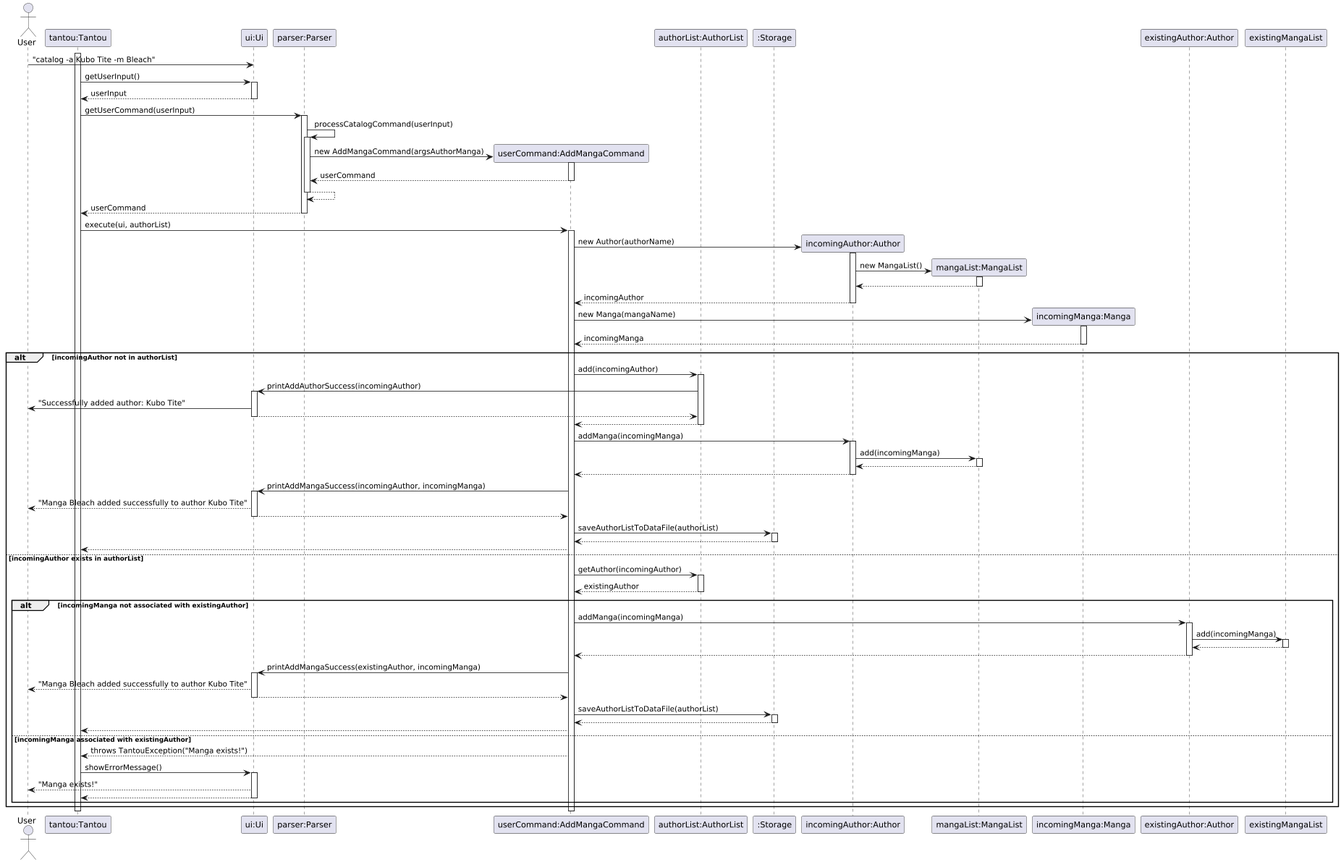
Earlier version of the PlantUML export docs/uml/images/AddMangaSequence.png (xenthm/tp). Source of this version:
```plantuml
@startuml
actor User
participant "tantou:Tantou" as tantou
participant "ui:Ui" as ui
participant "parser:Parser" as parser
participant "userCommand:AddMangaCommand" as userCommand
participant "authorList:AuthorList" as authorList
participant ":Storage" as storage
participant "incomingAuthor:Author" as author
participant "mangaList:MangaList" as mangaList
participant "incomingManga:Manga" as manga
participant "existingAuthor:Author" as existingAuthor
participant "existingMangaList" as existingMangaList

activate tantou
User -> ui: "catalog -a Kubo Tite -m Bleach"

tantou -> ui: getUserInput()
activate ui
ui --> tantou: userInput
deactivate ui

tantou -> parser: getUserCommand(userInput)
activate parser

parser -> parser: processCatalogCommand(userInput)

activate parser

create userCommand
parser -> userCommand : new AddMangaCommand(argsAuthorManga)
activate userCommand
userCommand --> parser: userCommand
deactivate userCommand

parser --> parser
deactivate parser
parser --> tantou: userCommand
deactivate parser

tantou -> userCommand: execute(ui, authorList)
activate userCommand

create author
userCommand -> author: new Author(authorName)
activate author
create mangaList
author -> mangaList: new MangaList()
activate mangaList
mangaList --> author
deactivate mangaList
author --> userCommand: incomingAuthor
deactivate author

create manga
userCommand -> manga: new Manga(mangaName)
activate manga
manga --> userCommand: incomingManga
deactivate manga

alt incomingAuthor not in authorList

    userCommand -> authorList: add(incomingAuthor)
    activate authorList
    authorList -> ui: printAddAuthorSuccess(incomingAuthor)
    activate ui
    ui -> User: "Successfully added author: Kubo Tite"
    ui --> authorList
    deactivate ui
    authorList --> userCommand
    deactivate authorList

    userCommand -> author: addManga(incomingManga)
    activate author
    author -> mangaList: add(incomingManga)
    activate mangaList
    mangaList --> author
    deactivate mangaList
    author --> userCommand
    deactivate author

    userCommand -> ui: printAddMangaSuccess(incomingAuthor, incomingManga)
    activate ui
    ui --> User: "Manga Bleach added successfully to author Kubo Tite"
    ui --> userCommand
    deactivate ui

    userCommand -> storage: saveAuthorListToDataFile(authorList)
    activate storage
    storage --> userCommand
    deactivate storage
    userCommand --> tantou

else incomingAuthor exists in authorList
    userCommand -> authorList: getAuthor(incomingAuthor)
    activate authorList
    authorList --> userCommand: existingAuthor
    deactivate authorList

    alt incomingManga not associated with existingAuthor
        userCommand -> existingAuthor: addManga(incomingManga)
        activate existingAuthor
        existingAuthor -> existingMangaList: add(incomingManga)
        activate existingMangaList
        existingMangaList --> existingAuthor
        deactivate existingMangaList
        existingAuthor --> userCommand
        deactivate existingAuthor

        userCommand -> ui: printAddMangaSuccess(existingAuthor, incomingManga)
        activate ui
        ui --> User: "Manga Bleach added successfully to author Kubo Tite"
        ui --> userCommand
        deactivate ui

        userCommand -> storage: saveAuthorListToDataFile(authorList)
        activate storage
        storage --> userCommand
        deactivate storage
        userCommand --> tantou

    else incomingManga associated with existingAuthor
        userCommand --> tantou: throws TantouException("Manga exists!")
        tantou -> ui: showErrorMessage()
        activate ui
        ui --> User: "Manga exists!"
        ui --> tantou
        deactivate ui
    end
end
deactivate userCommand
deactivate tantou
@enduml
```
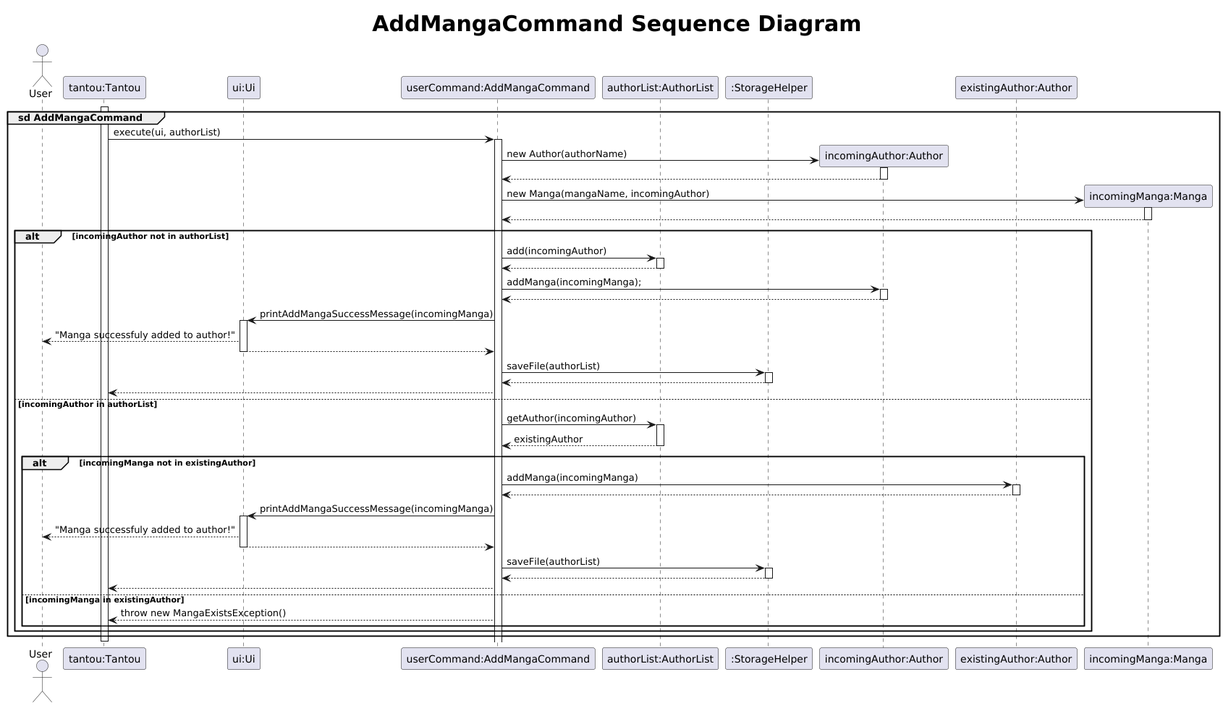
Later version of the same file.

Commit message:
Update AddMangaCommand sequence diagram

Diff of the diagram source:
```diff
@@ -1,133 +1,86 @@
 @startuml
+autoactivate off
+title <size:30> AddMangaCommand Sequence Diagram
+
 actor User
 participant "tantou:Tantou" as tantou
 participant "ui:Ui" as ui
-participant "parser:Parser" as parser
 participant "userCommand:AddMangaCommand" as userCommand
 participant "authorList:AuthorList" as authorList
-participant ":Storage" as storage
+participant ":StorageHelper" as storage
 participant "incomingAuthor:Author" as author
-participant "mangaList:MangaList" as mangaList
+participant "existingAuthor:Author" as existingAuthor
 participant "incomingManga:Manga" as manga
-participant "existingAuthor:Author" as existingAuthor
-participant "existingMangaList" as existingMangaList
 
 activate tantou
-User -> ui: "catalog -a Kubo Tite -m Bleach"
+group sd AddMangaCommand
 
-tantou -> ui: getUserInput()
-activate ui
-ui --> tantou: userInput
-deactivate ui
+    tantou -> userCommand : execute(ui, authorList)
+    activate userCommand
 
-tantou -> parser: getUserCommand(userInput)
-activate parser
-
-parser -> parser: processCatalogCommand(userInput)
-
-activate parser
-
-create userCommand
-parser -> userCommand : new AddMangaCommand(argsAuthorManga)
-activate userCommand
-userCommand --> parser: userCommand
-deactivate userCommand
-
-parser --> parser
-deactivate parser
-parser --> tantou: userCommand
-deactivate parser
-
-tantou -> userCommand: execute(ui, authorList)
-activate userCommand
-
-create author
-userCommand -> author: new Author(authorName)
-activate author
-create mangaList
-author -> mangaList: new MangaList()
-activate mangaList
-mangaList --> author
-deactivate mangaList
-author --> userCommand: incomingAuthor
-deactivate author
-
-create manga
-userCommand -> manga: new Manga(mangaName)
-activate manga
-manga --> userCommand: incomingManga
-deactivate manga
-
-alt incomingAuthor not in authorList
-
-    userCommand -> authorList: add(incomingAuthor)
-    activate authorList
-    authorList -> ui: printAddAuthorSuccess(incomingAuthor)
-    activate ui
-    ui -> User: "Successfully added author: Kubo Tite"
-    ui --> authorList
-    deactivate ui
-    authorList --> userCommand
-    deactivate authorList
-
-    userCommand -> author: addManga(incomingManga)
+    create author
+    userCommand -> author : new Author(authorName)
     activate author
-    author -> mangaList: add(incomingManga)
-    activate mangaList
-    mangaList --> author
-    deactivate mangaList
     author --> userCommand
     deactivate author
 
-    userCommand -> ui: printAddMangaSuccess(incomingAuthor, incomingManga)
-    activate ui
-    ui --> User: "Manga Bleach added successfully to author Kubo Tite"
-    ui --> userCommand
-    deactivate ui
+    create manga
+    userCommand -> manga : new Manga(mangaName, incomingAuthor)
+    activate manga
+    manga --> userCommand
+    deactivate manga
 
-    userCommand -> storage: saveAuthorListToDataFile(authorList)
-    activate storage
-    storage --> userCommand
-    deactivate storage
-    userCommand --> tantou
+    alt incomingAuthor not in authorList
+        userCommand -> authorList : add(incomingAuthor)
+        activate authorList
+        authorList --> userCommand
+        deactivate authorList
 
-else incomingAuthor exists in authorList
-    userCommand -> authorList: getAuthor(incomingAuthor)
-    activate authorList
-    authorList --> userCommand: existingAuthor
-    deactivate authorList
+        userCommand -> author : addManga(incomingManga);
+        activate author
+        author --> userCommand
+        deactivate author
 
-    alt incomingManga not associated with existingAuthor
-        userCommand -> existingAuthor: addManga(incomingManga)
-        activate existingAuthor
-        existingAuthor -> existingMangaList: add(incomingManga)
-        activate existingMangaList
-        existingMangaList --> existingAuthor
-        deactivate existingMangaList
-        existingAuthor --> userCommand
-        deactivate existingAuthor
-
-        userCommand -> ui: printAddMangaSuccess(existingAuthor, incomingManga)
+        userCommand -> ui : printAddMangaSuccessMessage(incomingManga)
         activate ui
-        ui --> User: "Manga Bleach added successfully to author Kubo Tite"
+        ui --> User : "Manga successfuly added to author!"
         ui --> userCommand
         deactivate ui
 
-        userCommand -> storage: saveAuthorListToDataFile(authorList)
+        userCommand -> storage : saveFile(authorList)
         activate storage
         storage --> userCommand
         deactivate storage
         userCommand --> tantou
 
-    else incomingManga associated with existingAuthor
-        userCommand --> tantou: throws TantouException("Manga exists!")
-        tantou -> ui: showErrorMessage()
-        activate ui
-        ui --> User: "Manga exists!"
-        ui --> tantou
-        deactivate ui
+    else incomingAuthor in authorList
+        userCommand -> authorList : getAuthor(incomingAuthor)
+        activate authorList
+        authorList --> userCommand : existingAuthor
+        deactivate authorList
+
+        alt incomingManga not in existingAuthor
+            userCommand -> existingAuthor : addManga(incomingManga)
+            activate existingAuthor
+            existingAuthor --> userCommand
+            deactivate existingAuthor
+
+            userCommand -> ui : printAddMangaSuccessMessage(incomingManga)
+            activate ui
+            ui --> User : "Manga successfuly added to author!"
+            ui --> userCommand
+            deactivate ui
+
+            userCommand -> storage : saveFile(authorList)
+            activate storage
+            storage --> userCommand
+            deactivate storage
+            userCommand --> tantou
+        else incomingManga in existingAuthor
+            userCommand --> tantou : throw new MangaExistsException()
+        end
     end
 end
-deactivate userCommand
 deactivate tantou
+autoactivate on
 @enduml
```
